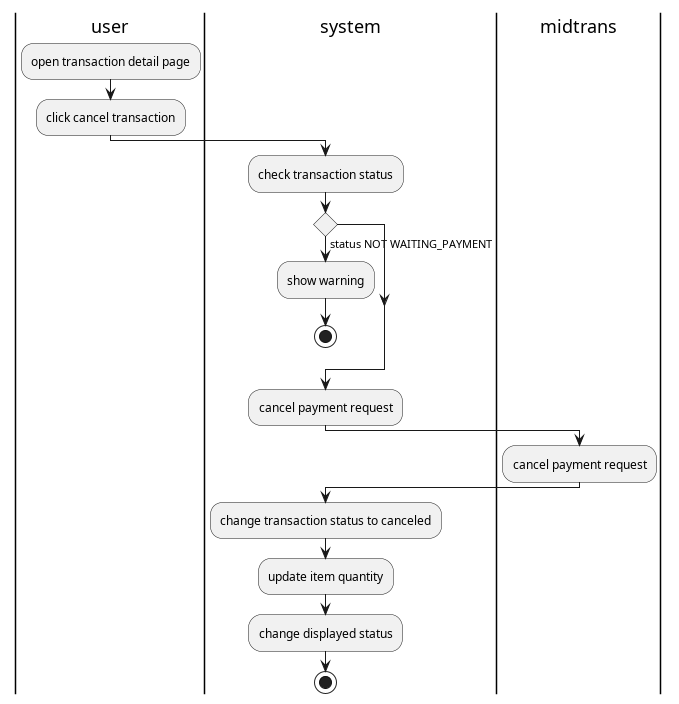
The PlantUML diagram thesis/latex/diagram/activity diagram/15. transaction/cancel transaction/cancel transaction.png in aldihsuhandi/skripsi-2023, before a commit.
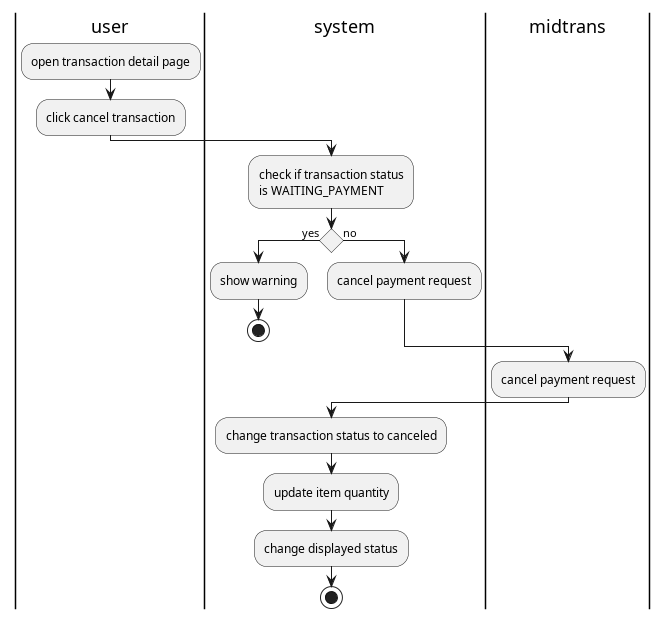
Above is the later version.

What changed in the source:
```diff
@@ -4,15 +4,16 @@
 :open transaction detail page;
 :click cancel transaction;
 |system|
-:check transaction status;
-if() then(status NOT WAITING_PAYMENT)
+:check if transaction status
+is WAITING_PAYMENT;
+if() then(yes)
     |system|
     :show warning;
     stop
+else (no)
+    |system|
+    :cancel payment request;
 endif
-
-|system|
-:cancel payment request;
 |midtrans|
 :cancel payment request;
 |system|
```
